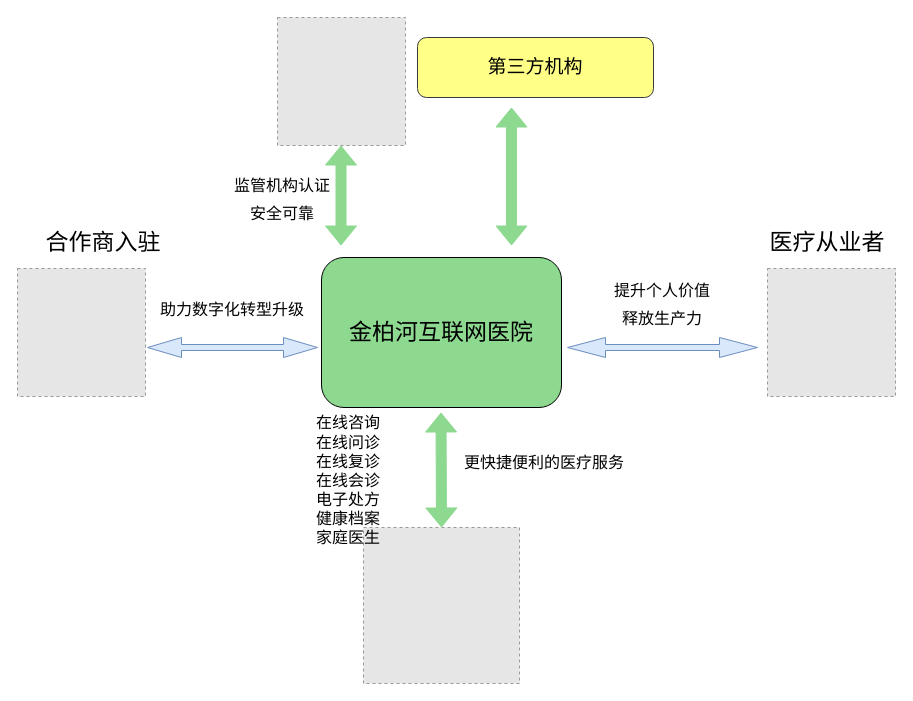
The draw.io diagram jbh/互联网医院价值.drawio in GitHeP/diagrams, before the edit. Source tidied: cells renumbered, new cells numbered last; positions are measured from the earlier drawing's top-left corner, leaving out a move shared by most shapes. Both pictures are drawn from the tidied source at 100%, with x=0, y=0 at pixel (17, 17). Pictures stored in the file or linked from it are replaced by grey dashed boxes.
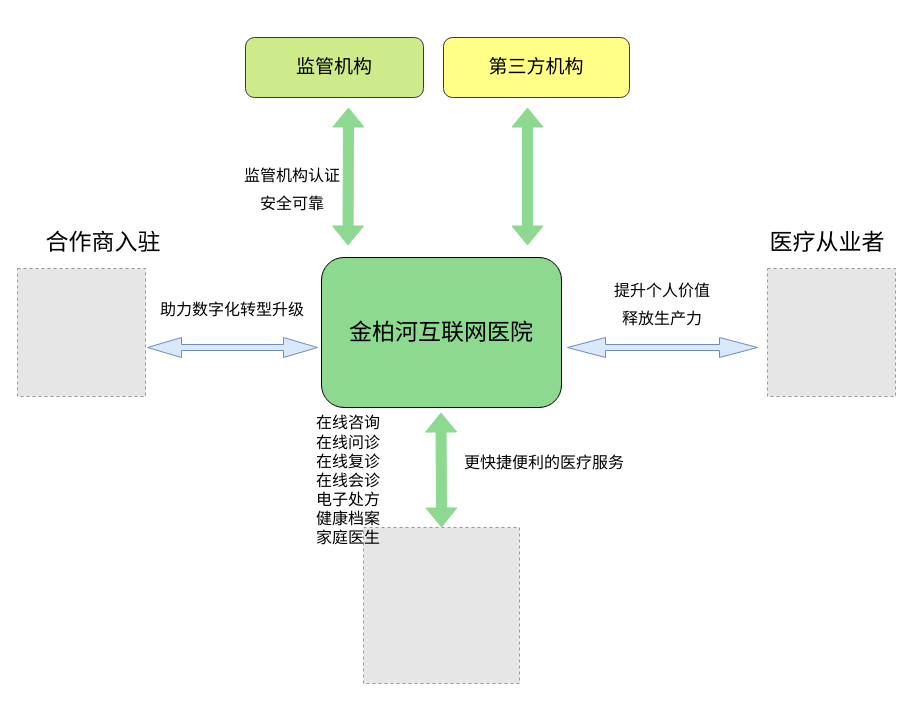
After the change.

Commit message:
更新互联网医院价值.drawio

What changed in the source:
```diff
@@
     <mxCell id="14" value="&lt;font style=&quot;font-size: 19px;&quot;&gt;第三方机构&lt;/font&gt;" style="rounded=1;whiteSpace=wrap;html=1;fontSize=16;fillColor=#ffff88;strokeColor=#36393d;" parent="1" vertex="1">
-      <mxGeometry x="400" y="20" width="236" height="60" as="geometry" />
+      <mxGeometry x="426" y="20" width="186" height="60" as="geometry" />
     </mxCell>
-    <mxCell id="15" style="fillColor=#E6E6E6;strokeColor=#999999;dashed=1;html=1;verticalAlign=top;verticalLabelPosition=bottom;labelBackgroundColor=#ffffff;fontSize=19;" parent="1" vertex="1">
-      <mxGeometry x="260" width="128" height="128" as="geometry" />
-    </mxCell>
     <mxCell id="16" style="shape=flexArrow;endArrow=classic;startArrow=classic;html=1;rounded=0;fontSize=19;strokeColor=#8DD990;fillColor=#8DD990;" parent="1" edge="1">
       <mxGeometry relative="1" as="geometry">
-        <mxPoint x="323.5" y="228" as="sourcePoint" />
-        <mxPoint x="323.5" y="128" as="targetPoint" />
+        <mxPoint x="330.5" y="228" as="sourcePoint" />
+        <mxPoint x="331" y="90" as="targetPoint" />
       </mxGeometry>
     </mxCell>
     <mxCell id="17" style="shape=flexArrow;endArrow=classic;startArrow=classic;html=1;rounded=0;fontSize=19;fillColor=#8DD990;strokeColor=#8DD990;" parent="1" edge="1">
       <mxGeometry relative="1" as="geometry">
-        <mxPoint x="494" y="228" as="sourcePoint" />
-        <mxPoint x="494" y="90" as="targetPoint" />
+        <mxPoint x="510" y="228" as="sourcePoint" />
+        <mxPoint x="510" y="90" as="targetPoint" />
       </mxGeometry>
     </mxCell>
     <mxCell id="18" value="&lt;span style=&quot;font-size: 16px;&quot;&gt;监管机构认证&lt;br&gt;安全可靠&lt;br&gt;&lt;/span&gt;" style="text;html=1;strokeColor=none;fillColor=none;align=center;verticalAlign=middle;whiteSpace=wrap;rounded=0;fontSize=23;" parent="1" vertex="1">
-      <mxGeometry x="150" y="160" width="230" height="40" as="geometry" />
+      <mxGeometry x="160" y="150" width="230" height="40" as="geometry" />
     </mxCell>
@@
+    <mxCell id="20" value="&lt;span style=&quot;font-size: 19px;&quot;&gt;监管机构&lt;/span&gt;" style="rounded=1;whiteSpace=wrap;html=1;fontSize=16;fillColor=#cdeb8b;strokeColor=#36393d;" parent="1" vertex="1">
+      <mxGeometry x="228" y="20" width="178" height="60" as="geometry" />
+    </mxCell>
```
